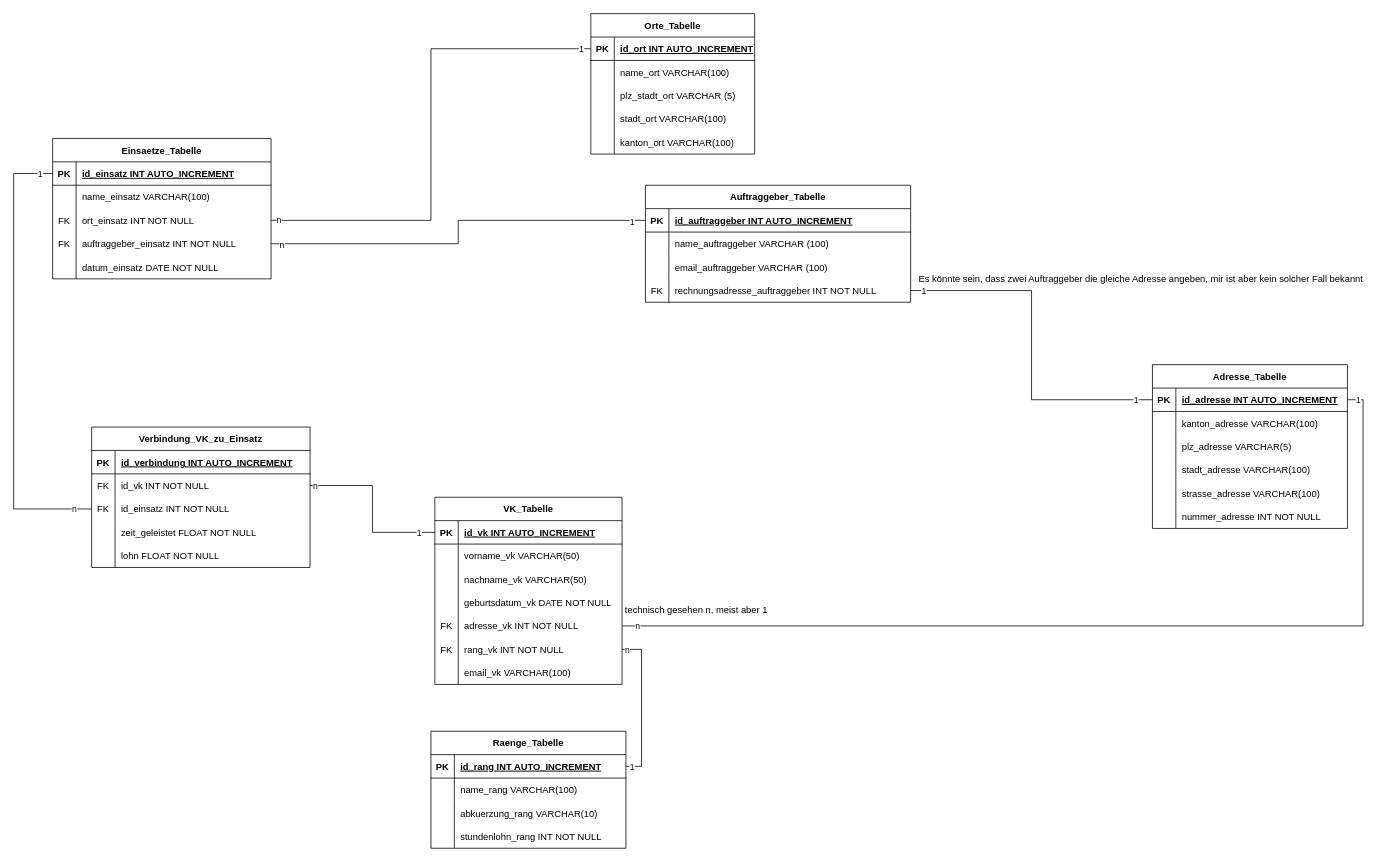
Above: ERM_Datenbank.drawio in CMSuisse/ef5-Datenbank-Projekt (draw.io), before the change. Source tidied: cells renumbered, new cells numbered last; positions are measured from the earlier drawing's top-left corner, leaving out a move shared by most shapes. Both pictures are drawn from the tidied source at 78%, with x=0, y=0 at pixel (13, 13).
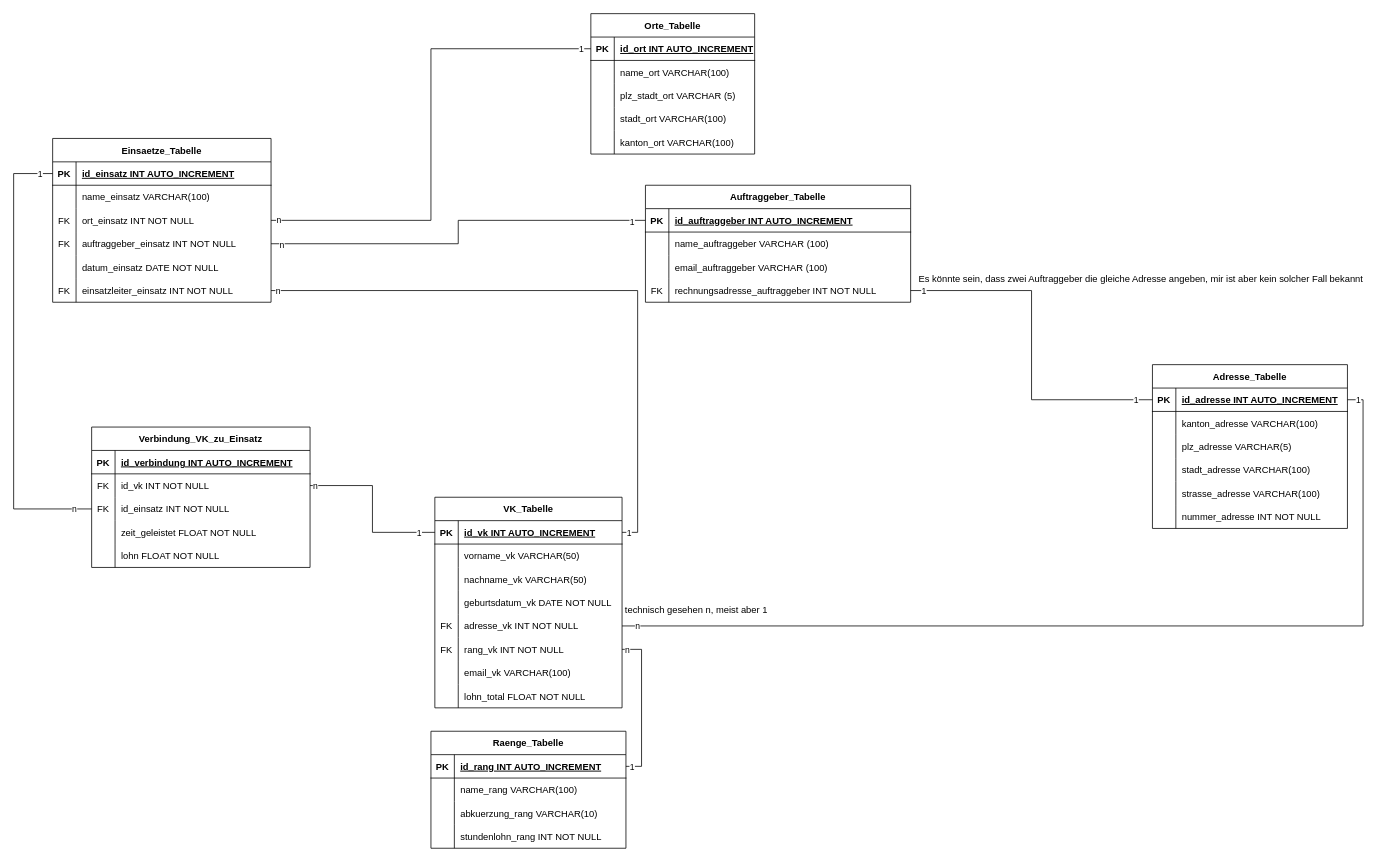
The same diagram, later.

The change refers to these unchanged cells:
```xml
<mxCell id="76" style="shape=tableRow;horizontal=0;startSize=0;swimlaneHead=0;swimlaneBody=0;fillColor=none;points=[[0,0.5],[1,0.5]];portConstraint=eastwest;top=0;left=0;right=0;bottom=1;" parent="75" vertex="1">
  <mxGeometry y="30" width="240" height="30" as="geometry" />
</mxCell>
```

Diff of the diagram source:
```diff
@@
     <mxCell id="2" value="Einsaetze_Tabelle" style="shape=table;startSize=30;childLayout=tableLayout;rowLines=0;fontStyle=1;align=center;" parent="1" vertex="1">
-      <mxGeometry x="50" y="160" width="280" height="180" as="geometry" />
+      <mxGeometry x="50" y="160" width="280" height="210" as="geometry" />
     </mxCell>
@@
+    <mxCell id="140" style="shape=tableRow;horizontal=0;startSize=0;swimlaneHead=0;swimlaneBody=0;fillColor=none;points=[[0,0.5],[1,0.5]];portConstraint=eastwest;top=0;left=0;right=0;bottom=0;" parent="2" vertex="1">
+      <mxGeometry y="180" width="280" height="30" as="geometry" />
+    </mxCell>
+    <mxCell id="141" value="FK" style="shape=partialRectangle;fillColor=none;top=0;left=0;bottom=0;right=0;overflow=hidden;" parent="140" vertex="1">
+      <mxGeometry width="30" height="30" as="geometry" />
+    </mxCell>
+    <mxCell id="142" value="einsatzleiter_einsatz INT NOT NULL" style="shape=partialRectangle;fillColor=none;top=0;left=0;bottom=0;right=0;align=left;spacingLeft=6;overflow=hidden;" parent="140" vertex="1">
+      <mxGeometry x="30" width="250" height="30" as="geometry" />
+    </mxCell>
@@
     <mxCell id="75" value="VK_Tabelle" style="shape=table;startSize=30;childLayout=tableLayout;rowLines=0;fontStyle=1;align=center;" parent="1" vertex="1">
-      <mxGeometry x="540" y="620" width="240" height="240" as="geometry" />
+      <mxGeometry x="540" y="620" width="240" height="270" as="geometry" />
     </mxCell>
@@
+    <mxCell id="143" style="shape=tableRow;horizontal=0;startSize=0;swimlaneHead=0;swimlaneBody=0;fillColor=none;top=0;left=0;right=0;bottom=0;" parent="75" vertex="1">
+      <mxGeometry y="240" width="240" height="30" as="geometry" />
+    </mxCell>
+    <mxCell id="144" style="shape=partialRectangle;fillColor=none;top=0;left=0;bottom=0;right=0;overflow=hidden;" parent="143" vertex="1">
+      <mxGeometry width="30" height="30" as="geometry" />
+    </mxCell>
+    <mxCell id="145" value="lohn_total FLOAT NOT NULL" style="shape=partialRectangle;fillColor=none;top=0;left=0;bottom=0;right=0;align=left;spacingLeft=6;overflow=hidden;" parent="143" vertex="1">
+      <mxGeometry x="30" width="210" height="30" as="geometry" />
+    </mxCell>
@@
+    <mxCell id="146" style="edgeStyle=orthogonalEdgeStyle;rounded=0;jettySize=auto;html=1;exitX=1;exitY=0.5;exitDx=0;exitDy=0;entryX=1;entryY=0.5;entryDx=0;entryDy=0;endArrow=none;endFill=0;" parent="1" edge="1" source="140" target="76">
+      <mxGeometry relative="1" as="geometry" />
+    </mxCell>
+    <mxCell id="147" value="1" style="edgeLabel;html=1;align=center;verticalAlign=middle;" parent="146" vertex="1">
+      <mxGeometry x="0.98" relative="1" as="geometry" />
+    </mxCell>
+    <mxCell id="148" value="n" style="edgeLabel;html=1;align=center;verticalAlign=middle;" parent="146" vertex="1">
+      <mxGeometry x="-0.98" relative="1" as="geometry" />
+    </mxCell>
```
